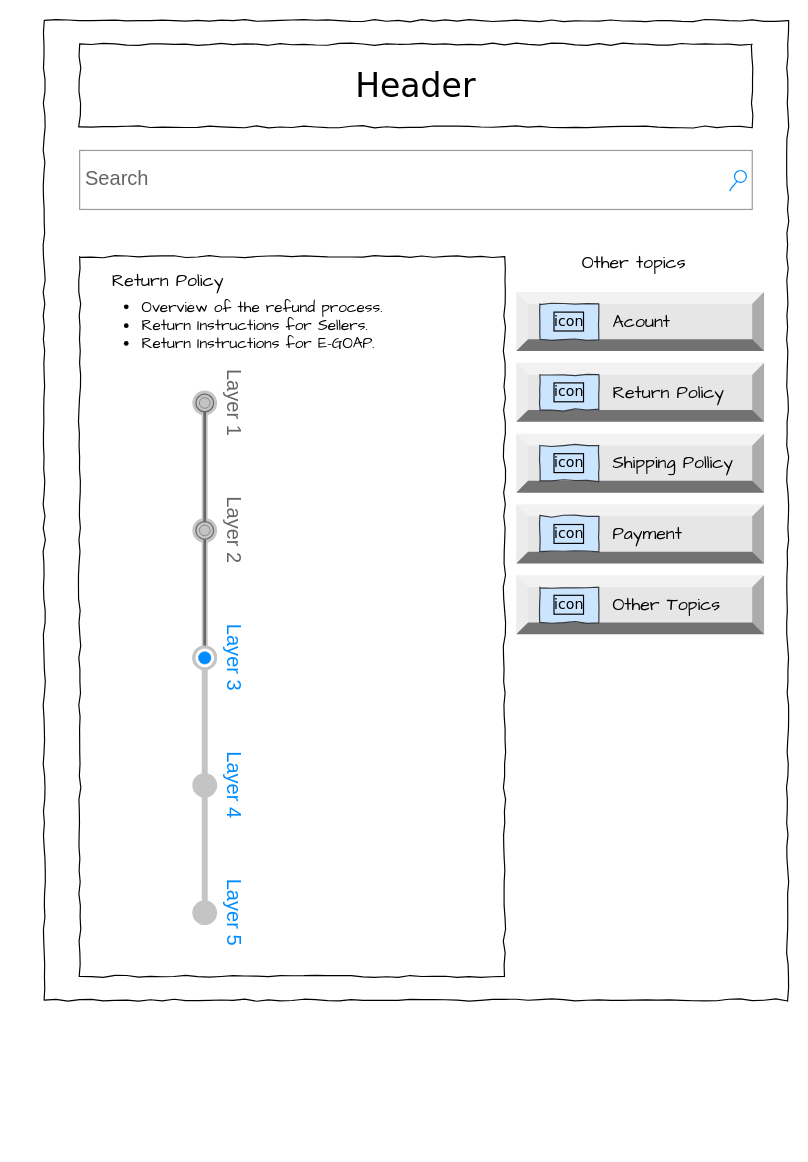
Above: page "Return Policy" (4 of 6) of 3. Applications/1. Design (UI-UX)/1. Wireframe/Yuki-wireframe.drawio in XiaoYuki2010/Classroom-GSS0123 (draw.io), before the change. Source tidied: cells renumbered, new cells numbered last; positions are measured from the earlier drawing's top-left corner, leaving out a move shared by most shapes. Both pictures are drawn from the tidied source at 118%, with x=0, y=0 at pixel (20, 20).
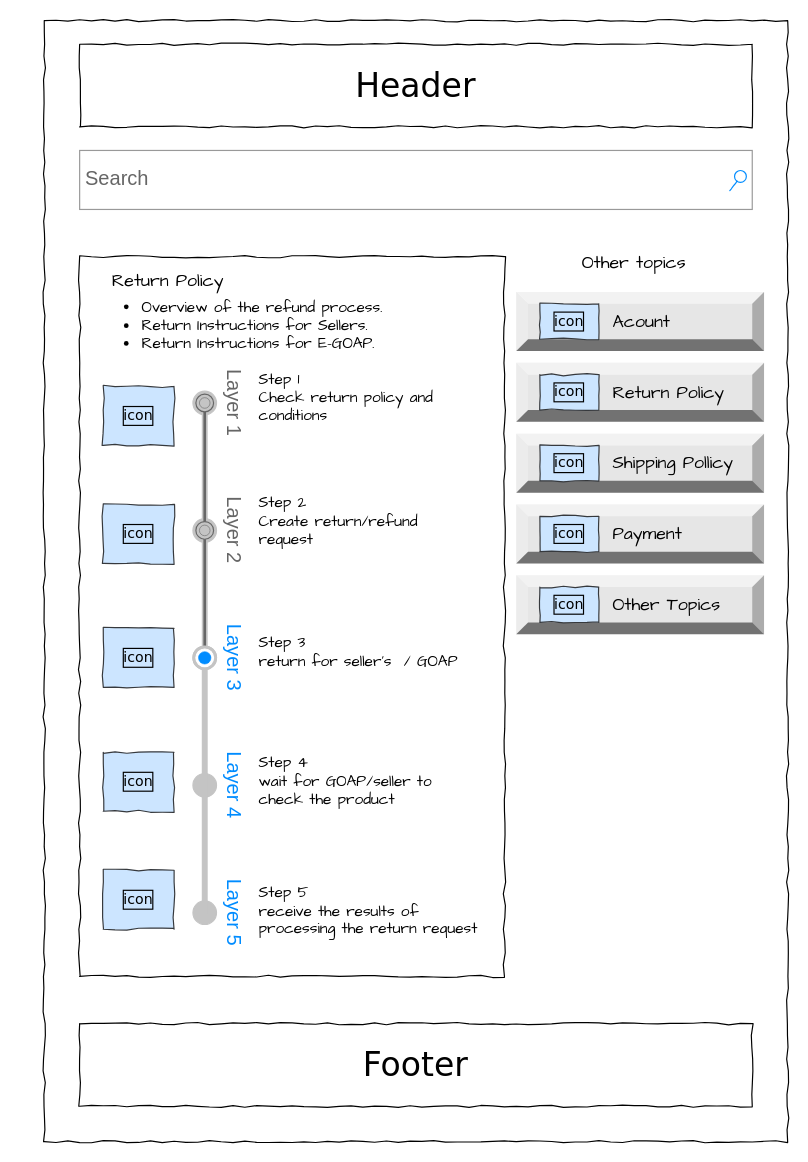
The same diagram, later.

What changed in the source:
```diff
@@
     <mxCell id="2" style="rounded=0;whiteSpace=wrap;html=1;shadow=0;glass=0;labelBackgroundColor=none;labelBorderColor=default;sketch=0;hachureGap=4;jiggle=2;curveFitting=1;strokeColor=#000000;fontFamily=Verdana;fontSize=12;fontColor=#000000;fillColor=none;strokeWidth=1;comic=1;" parent="1" vertex="1">
-      <mxGeometry x="20" width="630" height="830" as="geometry" />
+      <mxGeometry x="20" width="630" height="950" as="geometry" />
     </mxCell>
@@
+    <mxCell id="25" value="icon" style="rounded=0;whiteSpace=wrap;html=1;shadow=0;glass=0;labelBackgroundColor=none;labelBorderColor=default;sketch=0;hachureGap=4;jiggle=2;curveFitting=1;strokeColor=#36393d;fontFamily=Verdana;fontSize=12;fillColor=#cce5ff;strokeWidth=1;comic=1;" parent="1" vertex="1">
+      <mxGeometry x="70" y="310" width="60" height="50" as="geometry" />
+    </mxCell>
+    <mxCell id="26" value="icon" style="rounded=0;whiteSpace=wrap;html=1;shadow=0;glass=0;labelBackgroundColor=none;labelBorderColor=default;sketch=0;hachureGap=4;jiggle=2;curveFitting=1;strokeColor=#36393d;fontFamily=Verdana;fontSize=12;fillColor=#cce5ff;strokeWidth=1;comic=1;" parent="1" vertex="1">
+      <mxGeometry x="70" y="410" width="60" height="50" as="geometry" />
+    </mxCell>
+    <mxCell id="27" value="icon" style="rounded=0;whiteSpace=wrap;html=1;shadow=0;glass=0;labelBackgroundColor=none;labelBorderColor=default;sketch=0;hachureGap=4;jiggle=2;curveFitting=1;strokeColor=#36393d;fontFamily=Verdana;fontSize=12;fillColor=#cce5ff;strokeWidth=1;comic=1;" parent="1" vertex="1">
+      <mxGeometry x="70" y="515" width="60" height="50" as="geometry" />
+    </mxCell>
+    <mxCell id="28" value="icon" style="rounded=0;whiteSpace=wrap;html=1;shadow=0;glass=0;labelBackgroundColor=none;labelBorderColor=default;sketch=0;hachureGap=4;jiggle=2;curveFitting=1;strokeColor=#36393d;fontFamily=Verdana;fontSize=12;fillColor=#cce5ff;strokeWidth=1;comic=1;" parent="1" vertex="1">
+      <mxGeometry x="70" y="620" width="60" height="50" as="geometry" />
+    </mxCell>
+    <mxCell id="29" value="icon" style="rounded=0;whiteSpace=wrap;html=1;shadow=0;glass=0;labelBackgroundColor=none;labelBorderColor=default;sketch=0;hachureGap=4;jiggle=2;curveFitting=1;strokeColor=#36393d;fontFamily=Verdana;fontSize=12;fillColor=#cce5ff;strokeWidth=1;comic=1;" parent="1" vertex="1">
+      <mxGeometry x="70" y="720" width="60" height="50" as="geometry" />
+    </mxCell>
+    <mxCell id="30" value="Step 1&amp;nbsp;&lt;br&gt;Check return policy and conditions" style="text;html=1;strokeColor=none;fillColor=none;align=left;verticalAlign=middle;whiteSpace=wrap;rounded=0;fontSize=13;fontFamily=Architects Daughter;fontColor=default;" parent="1" vertex="1">
+      <mxGeometry x="200" y="280" width="180" height="80" as="geometry" />
+    </mxCell>
+    <mxCell id="31" value="Step 2&lt;br&gt;Create return/refund request" style="text;html=1;strokeColor=none;fillColor=none;align=left;verticalAlign=middle;whiteSpace=wrap;rounded=0;fontSize=13;fontFamily=Architects Daughter;fontColor=default;" parent="1" vertex="1">
+      <mxGeometry x="200" y="400" width="180" height="50" as="geometry" />
+    </mxCell>
+    <mxCell id="32" value="Step 3&lt;br&gt;return for seller's&amp;nbsp; / GOAP" style="text;html=1;strokeColor=none;fillColor=none;align=left;verticalAlign=middle;whiteSpace=wrap;rounded=0;fontSize=13;fontFamily=Architects Daughter;fontColor=default;" parent="1" vertex="1">
+      <mxGeometry x="200" y="509.5" width="180" height="50" as="geometry" />
+    </mxCell>
+    <mxCell id="33" value="Step 4&lt;br&gt;wait for GOAP/seller to check the product" style="text;html=1;strokeColor=none;fillColor=none;align=left;verticalAlign=middle;whiteSpace=wrap;rounded=0;fontSize=13;fontFamily=Architects Daughter;fontColor=default;" parent="1" vertex="1">
+      <mxGeometry x="200" y="620" width="180" height="50" as="geometry" />
+    </mxCell>
+    <mxCell id="34" value="Step 5&lt;br&gt;receive the results of processing the return request" style="text;html=1;strokeColor=none;fillColor=none;align=left;verticalAlign=middle;whiteSpace=wrap;rounded=0;fontSize=13;fontFamily=Architects Daughter;fontColor=default;" parent="1" vertex="1">
+      <mxGeometry x="200" y="730" width="200" height="50" as="geometry" />
+    </mxCell>
+    <mxCell id="35" value="Footer" style="whiteSpace=wrap;html=1;rounded=0;shadow=0;labelBackgroundColor=none;strokeWidth=1;fontFamily=Verdana;fontSize=28;align=center;comic=1;" parent="1" vertex="1">
+      <mxGeometry x="50" y="850" width="570" height="70" as="geometry" />
+    </mxCell>
```
